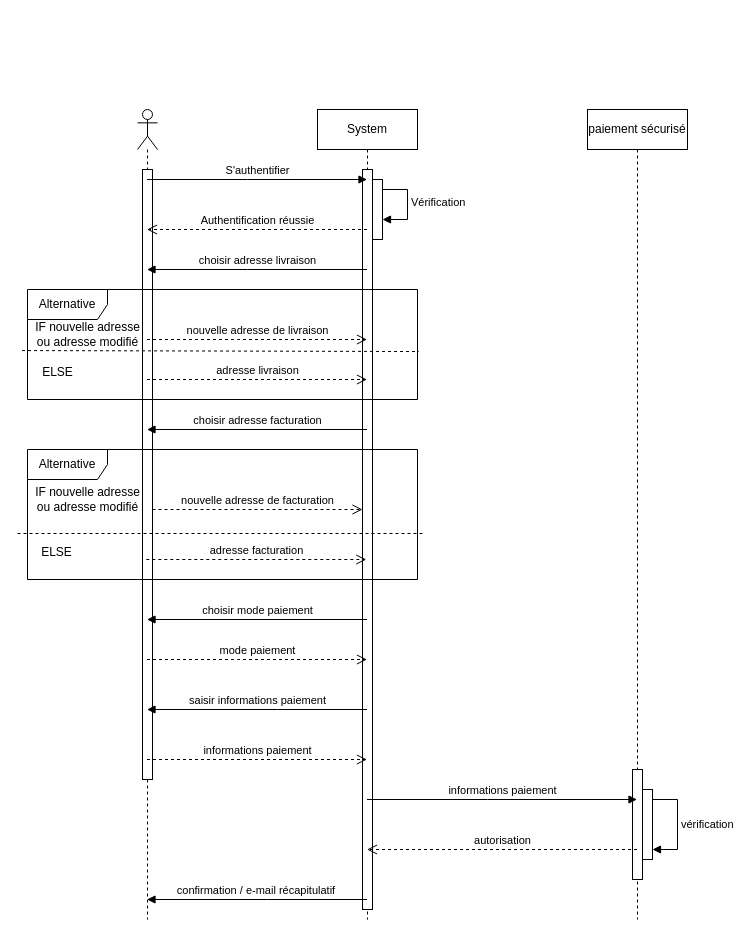
AL-HELOU/CDA keeps this draw.io diagram as 2-développer des composants d'interface/1-Maquetter une application/3-Diagramme de sequence_commander.drawio. Above is the earlier version. Source tidied: cells renumbered, new cells numbered last; positions are measured from the earlier drawing's top-left corner, leaving out a move shared by most shapes. Both pictures are drawn from the tidied source at 100%, with x=0, y=0 at pixel (17, 109).
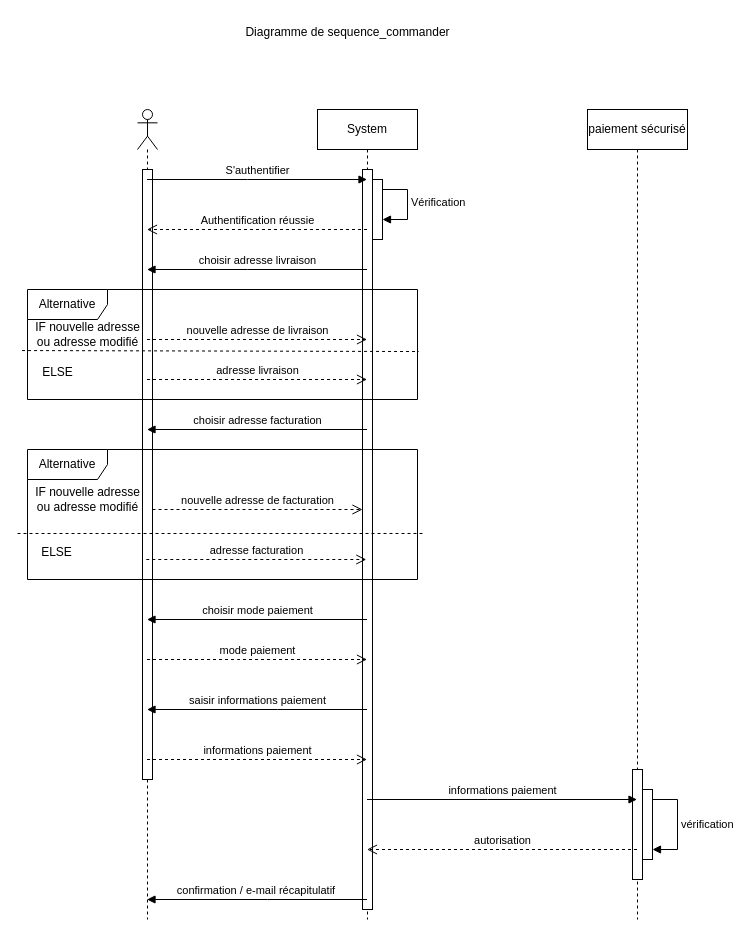
The same page after the edit.

Diff of the diagram source:
```diff
@@
+    <mxCell id="35" value="Diagramme de sequence_commander" style="text;html=1;align=center;verticalAlign=middle;strokeColor=none;fillColor=none;" parent="1" vertex="1">
+      <mxGeometry x="215" y="-92" width="230" height="30" as="geometry" />
+    </mxCell>
```
